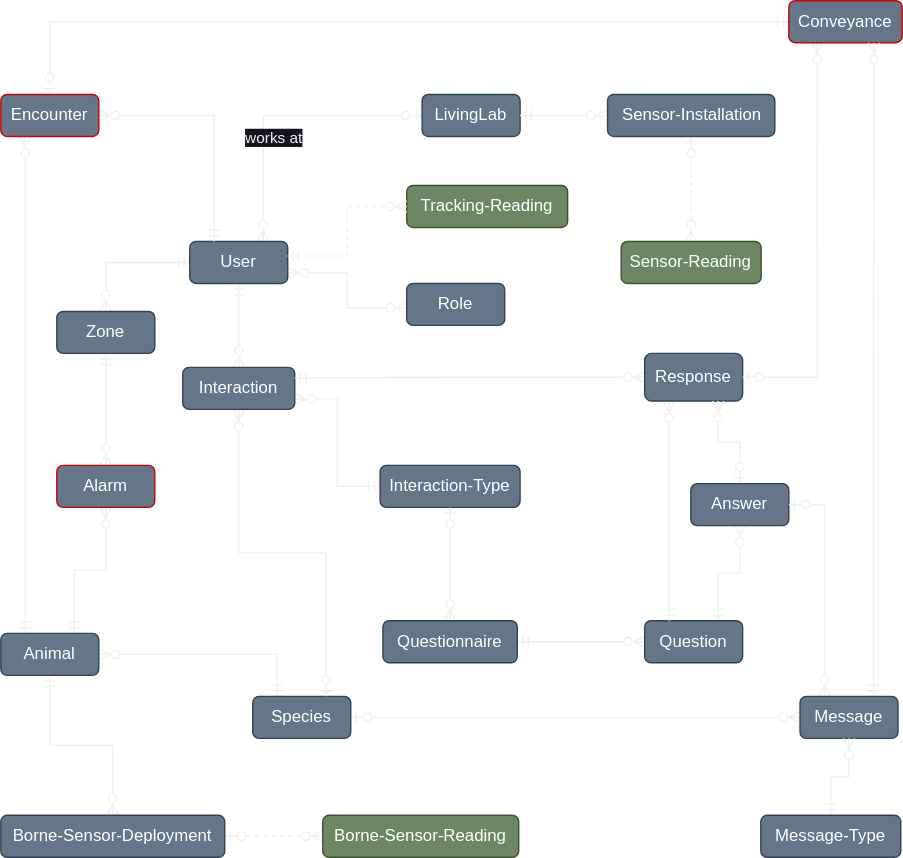
The draw.io diagram EntityRelationDiagram.svg in UtrechtUniversity/wildlifenl, before a commit. Source tidied: cells renumbered, new cells last; positions are measured from the earlier drawing's top-left corner, leaving out a move shared by most shapes.
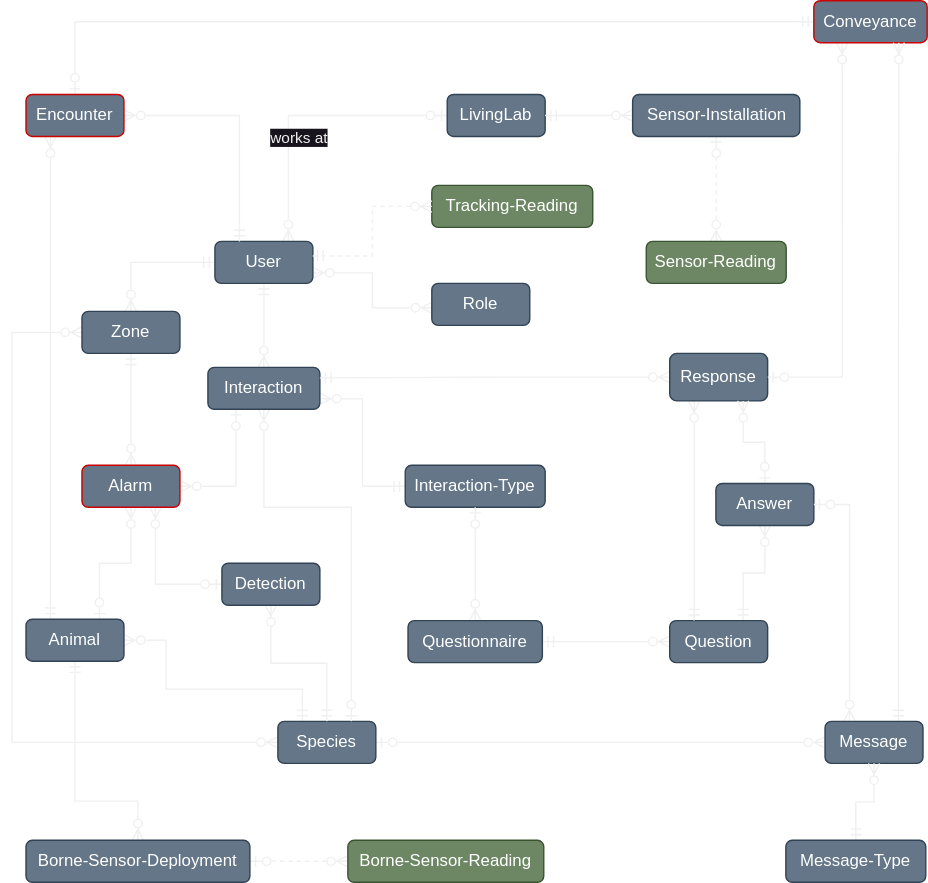
The same diagram one commit later.

Commit message:
updated logic rules and added Detection entity

Diff of the diagram source:
```diff
@@ -28,44 +28,74 @@
     <mxCell id="9" style="edgeStyle=orthogonalEdgeStyle;rounded=0;jettySize=auto;html=1;entryX=0.5;entryY=0;entryDx=0;entryDy=0;endArrow=ERzeroToMany;endFill=0;startArrow=ERmandOne;startFill=0;" parent="1" edge="1" source="10" target="13">
       <mxGeometry relative="1" as="geometry" />
     </mxCell>
+    <mxCell id="53" style="edgeStyle=orthogonalEdgeStyle;rounded=0;jettySize=auto;html=1;entryX=0;entryY=0.5;entryDx=0;entryDy=0;endArrow=ERzeroToMany;endFill=0;startArrow=ERzeroToMany;startFill=0;" parent="1" edge="1" source="10" target="21">
+      <mxGeometry relative="1" as="geometry">
+        <Array as="points">
+          <mxPoint x="-10" y="237" />
+          <mxPoint x="-10" y="530" />
+        </Array>
+      </mxGeometry>
+    </mxCell>
     <mxCell id="10" value="Zone" style="rounded=1;whiteSpace=wrap;html=1;fillColor=#647687;fontColor=#ffffff;strokeColor=#314354;" parent="1" vertex="1">
       <mxGeometry x="40" y="222" width="70" height="30" as="geometry" />
     </mxCell>
     <mxCell id="11" value="LivingLab" style="rounded=1;whiteSpace=wrap;html=1;fillColor=#647687;fontColor=#ffffff;strokeColor=#314354;" parent="1" vertex="1">
       <mxGeometry x="301" y="67" width="70" height="30" as="geometry" />
     </mxCell>
-    <mxCell id="12" style="edgeStyle=orthogonalEdgeStyle;rounded=0;jettySize=auto;html=1;entryX=0.75;entryY=0;entryDx=0;entryDy=0;endArrow=ERmandOne;endFill=0;startArrow=ERzeroToMany;startFill=0;" parent="1" edge="1" source="13" target="18">
+    <mxCell id="12" style="edgeStyle=orthogonalEdgeStyle;rounded=0;jettySize=auto;html=1;entryX=0.75;entryY=0;entryDx=0;entryDy=0;endArrow=ERzeroToOne;endFill=0;startArrow=ERzeroToMany;startFill=0;" parent="1" edge="1" source="13" target="18">
       <mxGeometry relative="1" as="geometry" />
     </mxCell>
+    <mxCell id="54" style="edgeStyle=orthogonalEdgeStyle;rounded=0;jettySize=auto;html=1;entryX=0.25;entryY=1;entryDx=0;entryDy=0;endArrow=ERzeroToOne;endFill=0;startArrow=ERzeroToMany;startFill=0;" parent="1" edge="1" source="13" target="24">
+      <mxGeometry relative="1" as="geometry" />
+    </mxCell>
+    <mxCell id="55" style="edgeStyle=orthogonalEdgeStyle;rounded=0;jettySize=auto;html=1;entryX=0;entryY=0.5;entryDx=0;entryDy=0;exitX=0.75;exitY=1;exitDx=0;exitDy=0;endArrow=ERzeroToOne;endFill=0;startArrow=ERzeroToMany;startFill=0;" parent="1" edge="1" source="13" target="57">
+      <mxGeometry relative="1" as="geometry" />
+    </mxCell>
     <mxCell id="13" value="Alarm" style="rounded=1;whiteSpace=wrap;html=1;fillColor=#647687;fontColor=#ffffff;strokeColor=#CC0000;" parent="1" vertex="1">
       <mxGeometry x="40" y="332" width="70" height="30" as="geometry" />
     </mxCell>
-    <mxCell id="14" style="edgeStyle=orthogonalEdgeStyle;rounded=0;jettySize=auto;html=1;entryX=0.25;entryY=0;entryDx=0;entryDy=0;endArrow=ERmandOne;endFill=0;startArrow=ERzeroToMany;startFill=0;" parent="1" edge="1" source="18" target="21">
-      <mxGeometry relative="1" as="geometry" />
+    <mxCell id="14" style="edgeStyle=orthogonalEdgeStyle;rounded=0;jettySize=auto;html=1;endArrow=ERmandOne;endFill=0;startArrow=ERzeroToMany;startFill=0;entryX=0.25;entryY=0;entryDx=0;entryDy=0;exitX=1;exitY=0.5;exitDx=0;exitDy=0;" parent="1" edge="1" source="18" target="21">
+      <mxGeometry relative="1" as="geometry">
+        <Array as="points">
+          <mxPoint x="100" y="457" />
+          <mxPoint x="100" y="492" />
+          <mxPoint x="198" y="492" />
+        </Array>
+      </mxGeometry>
     </mxCell>
     <mxCell id="15" style="edgeStyle=orthogonalEdgeStyle;rounded=0;jettySize=auto;html=1;entryX=0;entryY=0.5;entryDx=0;entryDy=0;endArrow=ERzeroToMany;endFill=0;startArrow=ERzeroToOne;startFill=0;exitX=1;exitY=0.5;exitDx=0;exitDy=0;dashed=1;" parent="1" edge="1" source="49" target="19">
       <mxGeometry relative="1" as="geometry" />
     </mxCell>
     <mxCell id="16" style="edgeStyle=orthogonalEdgeStyle;rounded=0;jettySize=auto;html=1;entryX=0.5;entryY=0;entryDx=0;entryDy=0;startArrow=ERmandOne;startFill=0;endArrow=ERzeroToMany;endFill=0;" parent="1" edge="1" source="18" target="49">
-      <mxGeometry relative="1" as="geometry" />
+      <mxGeometry relative="1" as="geometry">
+        <Array as="points">
+          <mxPoint x="35" y="572" />
+          <mxPoint x="80" y="572" />
+        </Array>
+      </mxGeometry>
     </mxCell>
     <mxCell id="17" style="edgeStyle=orthogonalEdgeStyle;rounded=0;jettySize=auto;html=1;entryX=0.25;entryY=1;entryDx=0;entryDy=0;exitX=0.25;exitY=0;exitDx=0;exitDy=0;endArrow=ERzeroToMany;endFill=0;startArrow=ERmandOne;startFill=0;" parent="1" edge="1" source="18" target="41">
       <mxGeometry relative="1" as="geometry" />
     </mxCell>
     <mxCell id="18" value="Animal" style="rounded=1;whiteSpace=wrap;html=1;fillColor=#647687;fontColor=#ffffff;strokeColor=#314354;" parent="1" vertex="1">
-      <mxGeometry y="452" width="70" height="30" as="geometry" />
+      <mxGeometry y="442" width="70" height="30" as="geometry" />
     </mxCell>
     <mxCell id="19" value="Borne-Sensor-Reading" style="rounded=1;whiteSpace=wrap;html=1;fillColor=#6d8764;strokeColor=#3A5431;fontColor=#ffffff;" parent="1" vertex="1">
-      <mxGeometry x="230" y="582" width="140" height="30" as="geometry" />
+      <mxGeometry x="230" y="600" width="140" height="30" as="geometry" />
     </mxCell>
     <mxCell id="20" style="edgeStyle=orthogonalEdgeStyle;rounded=0;jettySize=auto;html=1;entryX=0;entryY=0.5;entryDx=0;entryDy=0;endArrow=ERzeroToMany;endFill=0;startArrow=ERzeroToOne;startFill=0;" parent="1" edge="1" source="21" target="46">
       <mxGeometry relative="1" as="geometry" />
     </mxCell>
     <mxCell id="21" value="Species" style="rounded=1;whiteSpace=wrap;html=1;fillColor=#647687;fontColor=#ffffff;strokeColor=#314354;" parent="1" vertex="1">
-      <mxGeometry x="180" y="497" width="70" height="30" as="geometry" />
+      <mxGeometry x="180" y="515" width="70" height="30" as="geometry" />
     </mxCell>
     <mxCell id="22" style="edgeStyle=orthogonalEdgeStyle;rounded=0;jettySize=auto;html=1;entryX=0.75;entryY=0;entryDx=0;entryDy=0;endArrow=ERzeroToOne;endFill=0;startArrow=ERzeroToMany;startFill=0;" parent="1" edge="1" source="24" target="21">
-      <mxGeometry relative="1" as="geometry" />
+      <mxGeometry relative="1" as="geometry">
+        <Array as="points">
+          <mxPoint x="170" y="362" />
+          <mxPoint x="233" y="362" />
+        </Array>
+      </mxGeometry>
     </mxCell>
     <mxCell id="23" style="edgeStyle=orthogonalEdgeStyle;rounded=0;jettySize=auto;html=1;entryX=0;entryY=0.5;entryDx=0;entryDy=0;endArrow=ERmandOne;endFill=0;startArrow=ERzeroToMany;startFill=0;exitX=1;exitY=0.75;exitDx=0;exitDy=0;" parent="1" edge="1" source="24" target="25">
       <mxGeometry relative="1" as="geometry" />
@@ -137,16 +167,16 @@
       <mxGeometry relative="1" as="geometry" />
     </mxCell>
     <mxCell id="46" value="Message" style="rounded=1;whiteSpace=wrap;html=1;fillColor=#647687;fontColor=#ffffff;strokeColor=#314354;" parent="1" vertex="1">
-      <mxGeometry x="571" y="497" width="70" height="30" as="geometry" />
+      <mxGeometry x="571" y="515" width="70" height="30" as="geometry" />
     </mxCell>
     <mxCell id="47" style="edgeStyle=orthogonalEdgeStyle;rounded=0;jettySize=auto;html=1;entryX=0.5;entryY=1;entryDx=0;entryDy=0;endArrow=ERzeroToMany;endFill=0;startArrow=ERmandOne;startFill=0;" parent="1" edge="1" source="48" target="46">
       <mxGeometry relative="1" as="geometry" />
     </mxCell>
     <mxCell id="48" value="Message-Type" style="rounded=1;whiteSpace=wrap;html=1;fillColor=#647687;fontColor=#ffffff;strokeColor=#314354;" parent="1" vertex="1">
-      <mxGeometry x="543" y="582" width="100" height="30" as="geometry" />
+      <mxGeometry x="543" y="600" width="100" height="30" as="geometry" />
     </mxCell>
     <mxCell id="49" value="Borne-Sensor-Deployment" style="rounded=1;whiteSpace=wrap;html=1;fillColor=#647687;fontColor=#ffffff;strokeColor=#314354;" parent="1" vertex="1">
-      <mxGeometry y="582" width="160" height="30" as="geometry" />
+      <mxGeometry y="600" width="160" height="30" as="geometry" />
     </mxCell>
     <mxCell id="50" value="Sensor-Installation" style="rounded=1;whiteSpace=wrap;html=1;fillColor=#647687;fontColor=#ffffff;strokeColor=#314354;" parent="1" vertex="1">
       <mxGeometry x="433.5" y="67" width="119.5" height="30" as="geometry" />
@@ -157,5 +187,11 @@
     <mxCell id="52" style="edgeStyle=orthogonalEdgeStyle;rounded=0;jettySize=auto;html=1;entryX=0.992;entryY=0.347;entryDx=0;entryDy=0;entryPerimeter=0;endArrow=ERmandOne;endFill=0;startArrow=ERzeroToMany;startFill=0;dashed=1;" parent="1" edge="1" source="51" target="7">
       <mxGeometry relative="1" as="geometry" />
     </mxCell>
+    <mxCell id="56" style="edgeStyle=orthogonalEdgeStyle;rounded=0;jettySize=auto;html=1;entryX=0.5;entryY=0;entryDx=0;entryDy=0;endArrow=ERmandOne;endFill=0;startArrow=ERzeroToMany;startFill=0;" parent="1" edge="1" source="57" target="21">
+      <mxGeometry relative="1" as="geometry" />
+    </mxCell>
+    <mxCell id="57" value="Detection" style="rounded=1;whiteSpace=wrap;html=1;fillColor=#647687;fontColor=#ffffff;strokeColor=#314354;" parent="1" vertex="1">
+      <mxGeometry x="140" y="402" width="70" height="30" as="geometry" />
+    </mxCell>
   </root>
 </mxGraphModel>
```
